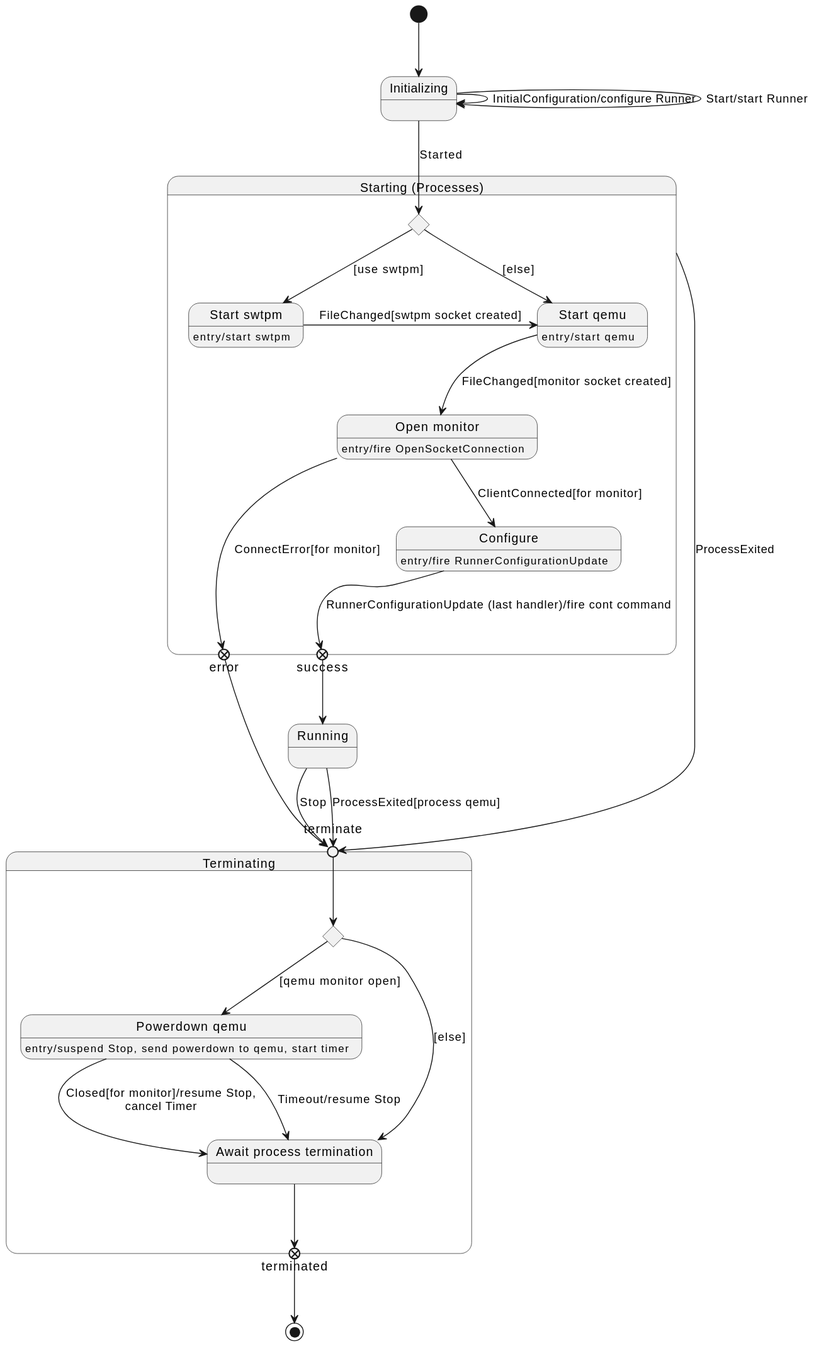
The PlantUML diagram javadoc/org/jdrupes/vmoperator/runner/qemu/RunnerStates.svg in mnlipp/VM-Operator, before a commit.
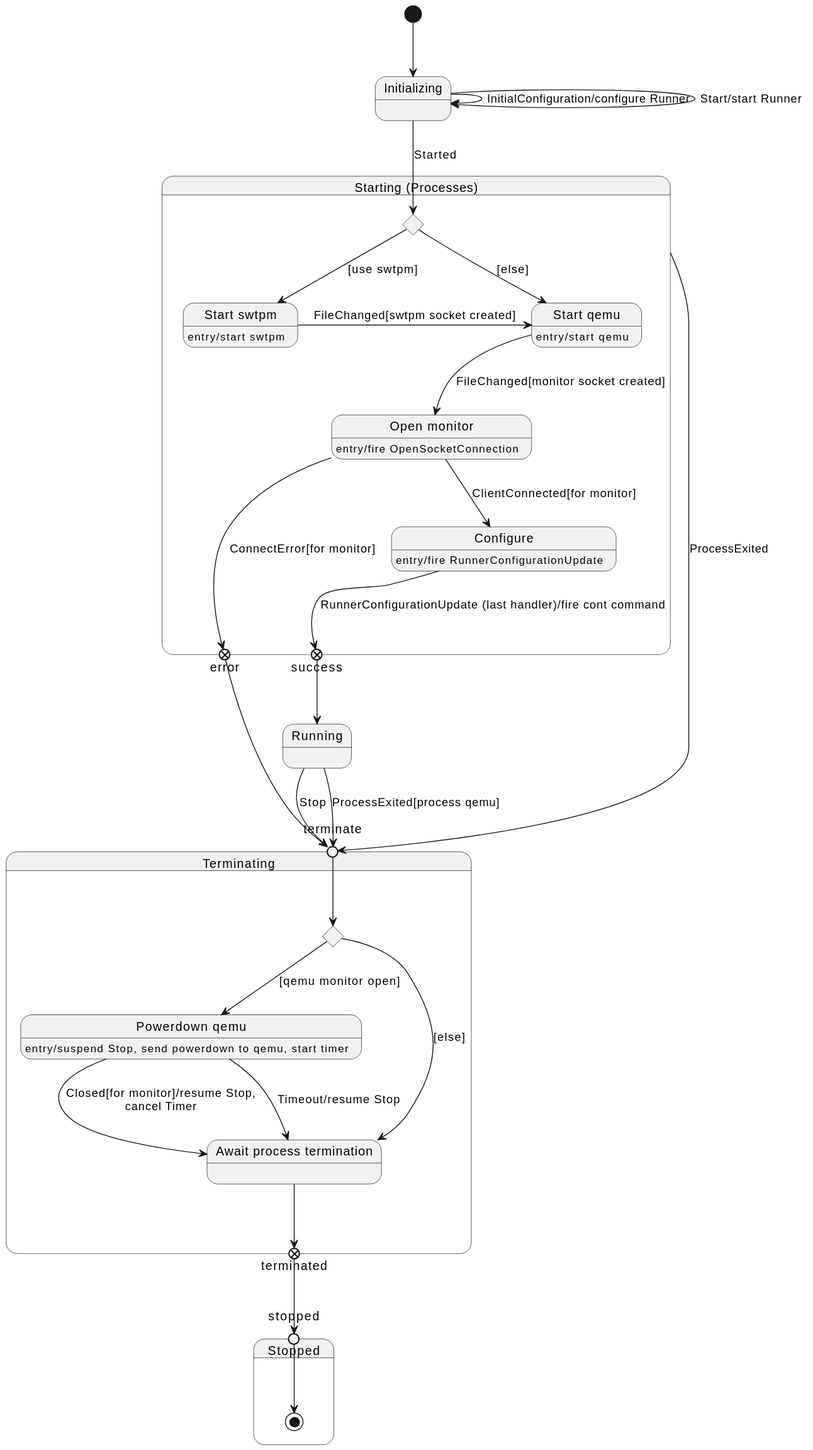
After the commit.

What changed in the source:
```diff
@@ -57,6 +57,11 @@
  error --> terminate
  StartingProcess --> terminate: ProcessExited
 
+ state Stopped {
+     state stopped <<entryPoint>>
 
- terminated --> [*]
+     stopped --> [*]
+ }
+
+ terminated --> stopped
 @enduml
```
